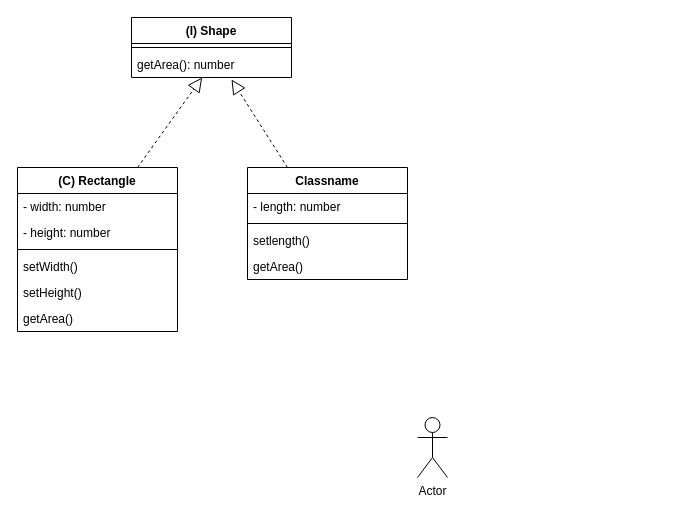
bamboo-house/Good-Code keeps this draw.io diagram as 03-SOLID原則/リスコフの置換原則/goodExample.drawio. Above is the earlier version. Source tidied: cells renumbered, new cells numbered last; positions are measured from the earlier drawing's top-left corner, leaving out a move shared by most shapes. Both pictures are drawn from the tidied source at 100%, with x=0, y=0 at pixel (17, 17).
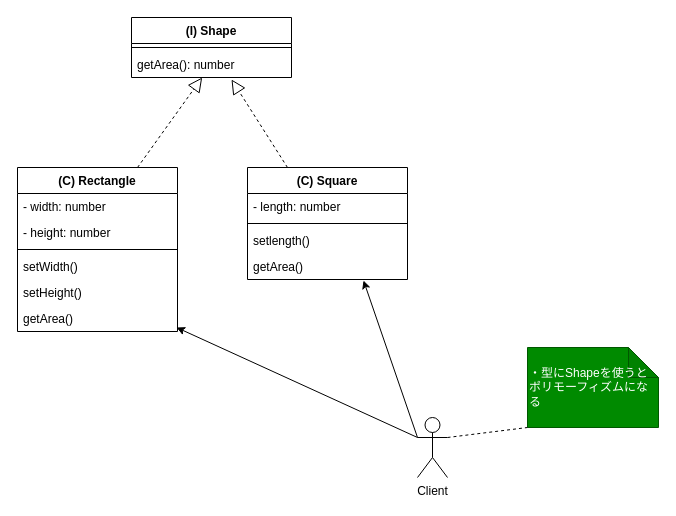
Above is the later version.

Unchanged cells that the change refers to:
```xml
<mxCell id="9" value="getArea()" style="text;strokeColor=none;fillColor=none;align=left;verticalAlign=top;spacingLeft=4;spacingRight=4;overflow=hidden;points=[[0,0.5],[1,0.5]];portConstraint=eastwest;" parent="5" vertex="1">
  <mxGeometry y="86" width="160" height="26" as="geometry" />
</mxCell>
<mxCell id="16" value="getArea()" style="text;strokeColor=none;fillColor=none;align=left;verticalAlign=top;spacingLeft=4;spacingRight=4;overflow=hidden;points=[[0,0.5],[1,0.5]];portConstraint=eastwest;" parent="10" vertex="1">
  <mxGeometry y="138" width="160" height="26" as="geometry" />
</mxCell>
```

What changed in the source:
```diff
@@
-    <mxCell id="5" value="Classname" style="swimlane;fontStyle=1;align=center;verticalAlign=top;horizontal=1;startSize=26;" parent="1" vertex="1">
+    <mxCell id="5" value="(C) Square" style="swimlane;fontStyle=1;align=center;verticalAlign=top;horizontal=1;startSize=26;" parent="1" vertex="1">
       <mxGeometry x="230" y="150" width="160" height="112" as="geometry" />
     </mxCell>
@@
+    <mxCell id="20" style="edgeStyle=none;html=1;exitX=0;exitY=0.3333333333333333;exitDx=0;exitDy=0;exitPerimeter=0;entryX=0.725;entryY=1.038;entryDx=0;entryDy=0;entryPerimeter=0;" parent="1" edge="1" source="19" target="9">
+      <mxGeometry relative="1" as="geometry" />
+    </mxCell>
+    <mxCell id="21" style="edgeStyle=none;html=1;exitX=0;exitY=0.3333333333333333;exitDx=0;exitDy=0;exitPerimeter=0;entryX=0.994;entryY=0.846;entryDx=0;entryDy=0;entryPerimeter=0;" parent="1" edge="1" source="19" target="16">
+      <mxGeometry relative="1" as="geometry" />
+    </mxCell>
-    <mxCell id="19" value="Actor" style="shape=umlActor;verticalLabelPosition=bottom;verticalAlign=top;html=1;" parent="1" vertex="1">
+    <mxCell id="19" value="Client" style="shape=umlActor;verticalLabelPosition=bottom;verticalAlign=top;html=1;" parent="1" vertex="1">
       <mxGeometry x="400" y="400" width="30" height="60" as="geometry" />
     </mxCell>
+    <mxCell id="22" value="・型にShapeを使うとポリモーフィズムになる" style="shape=note;whiteSpace=wrap;html=1;backgroundOutline=1;darkOpacity=0.05;align=left;fillColor=#008a00;fontColor=#ffffff;strokeColor=#005700;" parent="1" vertex="1">
+      <mxGeometry x="510" y="330" width="131" height="80" as="geometry" />
+    </mxCell>
+    <mxCell id="23" style="endArrow=none;dashed=1;html=1;entryX=0;entryY=1;entryDx=0;entryDy=0;entryPerimeter=0;exitX=1;exitY=0.3333333333333333;exitDx=0;exitDy=0;exitPerimeter=0;" parent="1" edge="1" source="19" target="22">
+      <mxGeometry relative="1" as="geometry" />
+    </mxCell>
```
